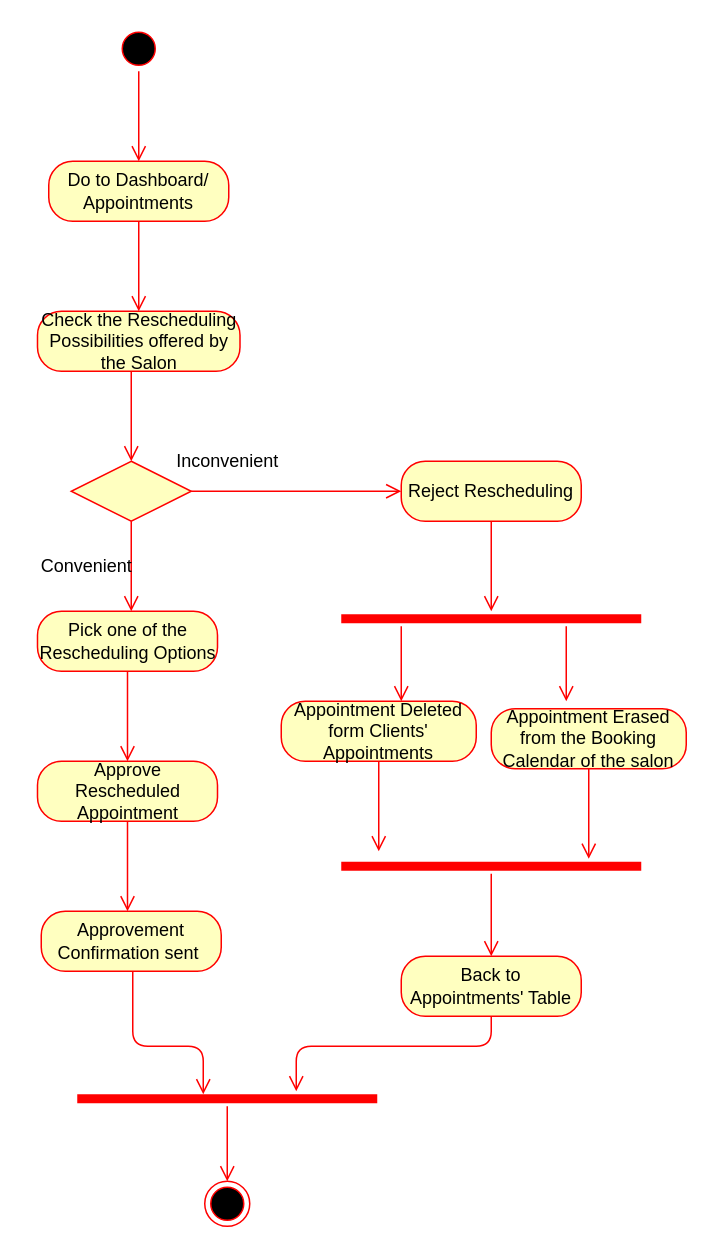
The draw.io diagram Diagrams/Activity Diagrams FINAL/AC_08_Accept, Reject Rescheduled Appointment.drawio in kkasharaj17/SE-project, before the edit. Source tidied: cells renumbered, new cells numbered last; positions are measured from the earlier drawing's top-left corner, leaving out a move shared by most shapes. Both pictures are drawn from the tidied source at 150%, with x=0, y=0 at pixel (26, 26).
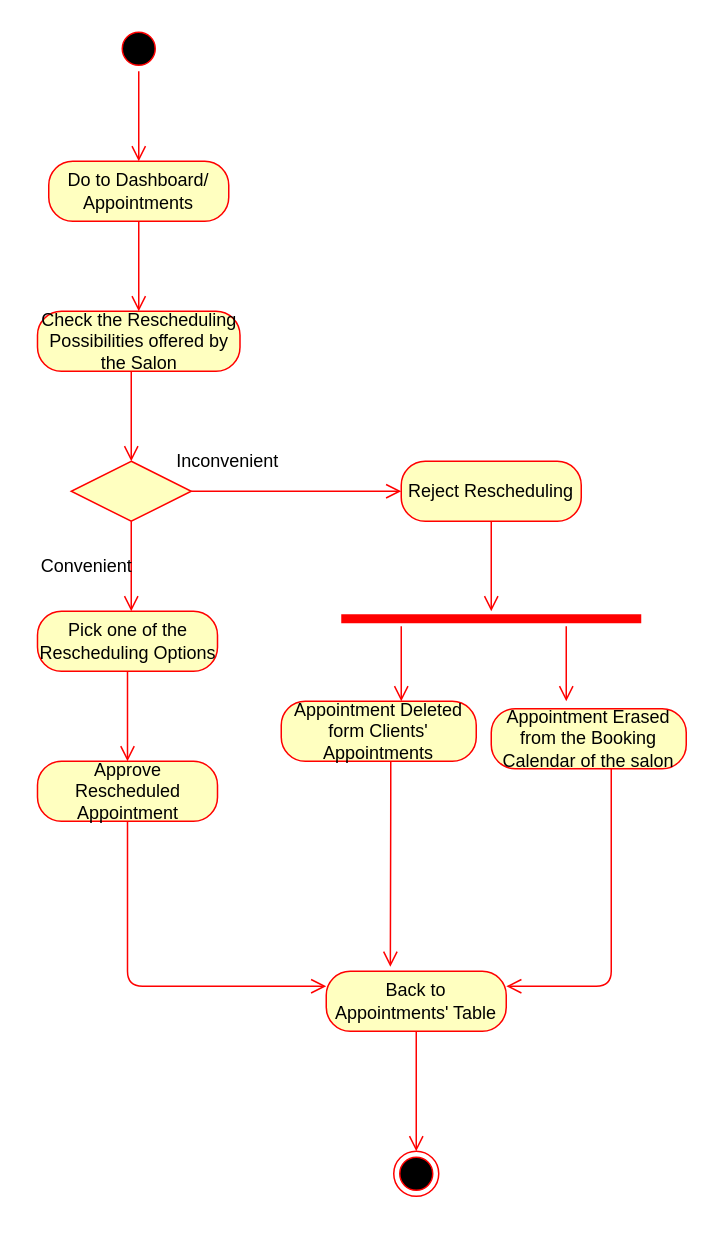
After the change.

Unchanged cells that the change refers to:
```xml
<mxCell id="17" value="Appointment Deleted form Clients' Appointments" style="rounded=1;whiteSpace=wrap;html=1;arcSize=40;fontColor=#000000;fillColor=#ffffc0;strokeColor=#ff0000;" parent="1" vertex="1">
  <mxGeometry x="170" y="450" width="130" height="40" as="geometry" />
</mxCell>
<mxCell id="19" value="Appointment Erased from the Booking Calendar of the salon" style="rounded=1;whiteSpace=wrap;html=1;arcSize=40;fontColor=#000000;fillColor=#ffffc0;strokeColor=#ff0000;" parent="1" vertex="1">
  <mxGeometry x="310" y="455" width="130" height="40" as="geometry" />
</mxCell>
<mxCell id="26" value="Approve Rescheduled Appointment" style="rounded=1;whiteSpace=wrap;html=1;arcSize=40;fontColor=#000000;fillColor=#ffffc0;strokeColor=#ff0000;" parent="1" vertex="1">
  <mxGeometry x="7.5" y="490" width="120" height="40" as="geometry" />
</mxCell>
```

Diff of the diagram source:
```diff
@@
-    <mxCell id="18" style="edgeStyle=orthogonalEdgeStyle;html=1;verticalAlign=bottom;endArrow=open;endSize=8;strokeColor=#ff0000;" parent="1" edge="1" source="17">
+    <mxCell id="18" style="edgeStyle=orthogonalEdgeStyle;html=1;verticalAlign=bottom;endArrow=open;endSize=8;strokeColor=#ff0000;entryX=0.356;entryY=-0.075;entryDx=0;entryDy=0;entryPerimeter=0;" parent="1" edge="1" source="17" target="30">
       <mxGeometry relative="1" as="geometry">
-        <mxPoint x="235" y="550" as="targetPoint" />
+        <Array as="points">
+          <mxPoint x="243" y="520" />
+          <mxPoint x="243" y="520" />
+        </Array>
       </mxGeometry>
     </mxCell>
@@
-    <mxCell id="20" style="edgeStyle=orthogonalEdgeStyle;html=1;verticalAlign=bottom;endArrow=open;endSize=8;strokeColor=#ff0000;" parent="1" edge="1" source="19">
+    <mxCell id="20" style="edgeStyle=orthogonalEdgeStyle;html=1;verticalAlign=bottom;endArrow=open;endSize=8;strokeColor=#ff0000;entryX=1;entryY=0.25;entryDx=0;entryDy=0;" parent="1" edge="1" source="19" target="30">
       <mxGeometry relative="1" as="geometry">
-        <mxPoint x="375" y="555" as="targetPoint" />
+        <Array as="points">
+          <mxPoint x="390" y="640" />
+        </Array>
       </mxGeometry>
     </mxCell>
-    <mxCell id="21" style="shape=line;html=1;strokeWidth=6;strokeColor=#ff0000;" parent="1" vertex="1">
-      <mxGeometry x="210" y="555" width="200" height="10" as="geometry" />
-    </mxCell>
-    <mxCell id="22" style="edgeStyle=orthogonalEdgeStyle;html=1;verticalAlign=bottom;endArrow=open;endSize=8;strokeColor=#ff0000;" parent="1" edge="1" source="21">
-      <mxGeometry relative="1" as="geometry">
-        <mxPoint x="310" y="620" as="targetPoint" />
-      </mxGeometry>
-    </mxCell>
@@
-    <mxCell id="27" style="edgeStyle=orthogonalEdgeStyle;html=1;verticalAlign=bottom;endArrow=open;endSize=8;strokeColor=#ff0000;" parent="1" edge="1" source="26" target="32">
+    <mxCell id="27" style="edgeStyle=orthogonalEdgeStyle;html=1;verticalAlign=bottom;endArrow=open;endSize=8;strokeColor=#ff0000;entryX=0;entryY=0.25;entryDx=0;entryDy=0;" parent="1" edge="1" source="26" target="30">
       <mxGeometry relative="1" as="geometry">
         <Array as="points">
-          <mxPoint x="68" y="620" />
-          <mxPoint x="110" y="620" />
+          <mxPoint x="68" y="640" />
         </Array>
       </mxGeometry>
     </mxCell>
-    <mxCell id="28" style="shape=line;html=1;strokeWidth=6;strokeColor=#ff0000;" parent="1" vertex="1">
-      <mxGeometry x="34" y="710" width="200" height="10" as="geometry" />
-    </mxCell>
-    <mxCell id="29" style="edgeStyle=orthogonalEdgeStyle;html=1;verticalAlign=bottom;endArrow=open;endSize=8;strokeColor=#ff0000;" parent="1" edge="1" source="28" target="34">
-      <mxGeometry relative="1" as="geometry">
-        <Array as="points">
-          <mxPoint x="134" y="740" />
-        </Array>
-      </mxGeometry>
-    </mxCell>
     <mxCell id="30" value="Back to Appointments' Table" style="rounded=1;whiteSpace=wrap;html=1;arcSize=40;fontColor=#000000;fillColor=#ffffc0;strokeColor=#ff0000;" parent="1" vertex="1">
-      <mxGeometry x="250" y="620" width="120" height="40" as="geometry" />
+      <mxGeometry x="200" y="630" width="120" height="40" as="geometry" />
     </mxCell>
-    <mxCell id="31" style="edgeStyle=orthogonalEdgeStyle;html=1;verticalAlign=bottom;endArrow=open;endSize=8;strokeColor=#ff0000;" parent="1" edge="1" source="30">
+    <mxCell id="31" style="edgeStyle=orthogonalEdgeStyle;html=1;verticalAlign=bottom;endArrow=open;endSize=8;strokeColor=#ff0000;exitX=0.5;exitY=1;exitDx=0;exitDy=0;entryX=0.5;entryY=0;entryDx=0;entryDy=0;" parent="1" edge="1" source="30" target="34">
       <mxGeometry relative="1" as="geometry">
-        <mxPoint x="180" y="710" as="targetPoint" />
         <Array as="points">
-          <mxPoint x="310" y="680" />
-          <mxPoint x="180" y="680" />
+          <mxPoint x="260" y="720" />
+          <mxPoint x="260" y="720" />
         </Array>
       </mxGeometry>
     </mxCell>
-    <mxCell id="32" value="Approvement Confirmation sent&amp;nbsp;" style="rounded=1;whiteSpace=wrap;html=1;arcSize=40;fontColor=#000000;fillColor=#ffffc0;strokeColor=#ff0000;" parent="1" vertex="1">
-      <mxGeometry x="10" y="590" width="120" height="40" as="geometry" />
-    </mxCell>
-    <mxCell id="33" style="edgeStyle=orthogonalEdgeStyle;html=1;verticalAlign=bottom;endArrow=open;endSize=8;strokeColor=#ff0000;entryX=0.42;entryY=0.2;entryDx=0;entryDy=0;entryPerimeter=0;" parent="1" edge="1" target="28">
-      <mxGeometry relative="1" as="geometry">
-        <mxPoint x="71" y="630" as="sourcePoint" />
-        <Array as="points">
-          <mxPoint x="71" y="680" />
-          <mxPoint x="118" y="680" />
-        </Array>
-      </mxGeometry>
-    </mxCell>
     <mxCell id="34" style="ellipse;html=1;shape=endState;fillColor=#000000;strokeColor=#ff0000;" parent="1" vertex="1">
-      <mxGeometry x="119" y="770" width="30" height="30" as="geometry" />
+      <mxGeometry x="245" y="750" width="30" height="30" as="geometry" />
     </mxCell>
```
